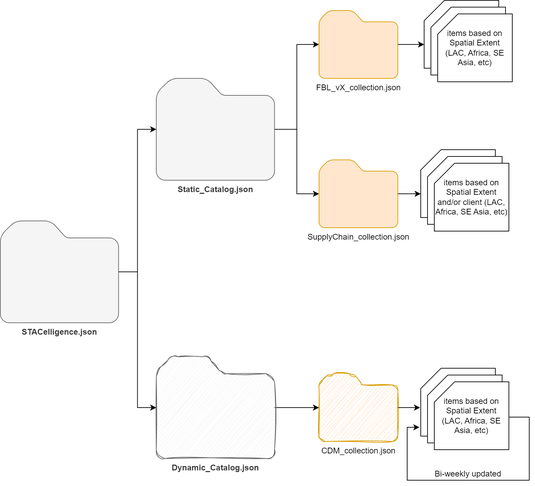
This is _site/img/STAC_Satelligence_structure.png from mdominguezd/s11_cats_report.github.io, a draw.io export, as it was before one commit. Source tidied: cells renumbered, new cells last; positions are measured from the earlier drawing's top-left corner, leaving out a move shared by most shapes. The source it was exported from:
```xml
<mxGraphModel>
  <root>
    <mxCell id="0" />
    <mxCell id="1" parent="0" />
    <mxCell id="2" value="STACelligence.json" style="sketch=0;shadow=0;dashed=0;html=1;strokeColor=#666666;labelPosition=center;verticalLabelPosition=bottom;verticalAlign=top;align=center;fillColor=#f5f5f5;shape=mxgraph.mscae.enterprise.folder;fontColor=#333333;fontStyle=1;" parent="1" vertex="1">
      <mxGeometry y="325" width="174.4" height="150" as="geometry" />
    </mxCell>
    <mxCell id="3" value="FBL_vX_collection.json" style="sketch=0;shadow=0;dashed=0;html=1;strokeColor=#d79b00;labelPosition=center;verticalLabelPosition=bottom;verticalAlign=top;align=center;fillColor=#ffe6cc;shape=mxgraph.mscae.enterprise.folder;fontStyle=0;" parent="1" vertex="1">
      <mxGeometry x="470" y="15" width="116.3" height="100" as="geometry" />
    </mxCell>
    <mxCell id="4" value="CDM_collection.json" style="shadow=0;dashed=0;html=1;strokeColor=#d79b00;labelPosition=center;verticalLabelPosition=bottom;verticalAlign=top;align=center;fillColor=#ffe6cc;shape=mxgraph.mscae.enterprise.folder;fontStyle=0;sketch=1;curveFitting=1;jiggle=2;" parent="1" vertex="1">
      <mxGeometry x="470" y="550" width="116.3" height="100" as="geometry" />
    </mxCell>
    <mxCell id="5" value="SupplyChain_collection.json" style="shadow=0;dashed=0;html=1;strokeColor=#d79b00;labelPosition=center;verticalLabelPosition=bottom;verticalAlign=top;align=center;fillColor=#ffe6cc;shape=mxgraph.mscae.enterprise.folder;fontStyle=0;" parent="1" vertex="1">
      <mxGeometry x="470" y="235" width="116.3" height="100" as="geometry" />
    </mxCell>
    <mxCell id="6" style="edgeStyle=orthogonalEdgeStyle;rounded=0;jettySize=auto;html=1;" parent="1" edge="1" source="8" target="3">
      <mxGeometry relative="1" as="geometry" />
    </mxCell>
    <mxCell id="7" style="edgeStyle=orthogonalEdgeStyle;rounded=0;jettySize=auto;html=1;" parent="1" edge="1" source="8" target="5">
      <mxGeometry relative="1" as="geometry" />
    </mxCell>
    <mxCell id="8" value="Static_Catalog.json" style="sketch=0;shadow=0;dashed=0;html=1;strokeColor=#666666;labelPosition=center;verticalLabelPosition=bottom;verticalAlign=top;align=center;fillColor=#f5f5f5;shape=mxgraph.mscae.enterprise.folder;fontColor=#333333;fontStyle=1;" parent="1" vertex="1">
      <mxGeometry x="230" y="115" width="174.4" height="150" as="geometry" />
    </mxCell>
    <mxCell id="9" style="edgeStyle=orthogonalEdgeStyle;rounded=0;jettySize=auto;html=1;" parent="1" edge="1" source="10" target="4">
      <mxGeometry relative="1" as="geometry" />
    </mxCell>
    <mxCell id="10" value="Dynamic_Catalog.json" style="sketch=1;shadow=0;dashed=0;html=1;strokeColor=#666666;labelPosition=center;verticalLabelPosition=bottom;verticalAlign=top;align=center;fillColor=#f5f5f5;shape=mxgraph.mscae.enterprise.folder;fontColor=#333333;fontStyle=1;curveFitting=1;jiggle=2;" parent="1" vertex="1">
      <mxGeometry x="230" y="525" width="174.4" height="150" as="geometry" />
    </mxCell>
    <mxCell id="11" style="edgeStyle=orthogonalEdgeStyle;rounded=0;jettySize=auto;html=1;entryX=0;entryY=0.5;entryDx=0;entryDy=0;entryPerimeter=0;" parent="1" edge="1" source="2" target="10">
      <mxGeometry relative="1" as="geometry" />
    </mxCell>
    <mxCell id="12" style="edgeStyle=orthogonalEdgeStyle;rounded=0;jettySize=auto;html=1;entryX=0;entryY=0.5;entryDx=0;entryDy=0;entryPerimeter=0;" parent="1" edge="1" source="2" target="8">
      <mxGeometry relative="1" as="geometry" />
    </mxCell>
    <mxCell id="13" style="group;" parent="1" vertex="1">
      <mxGeometry x="625" width="130" height="120" as="geometry" />
    </mxCell>
    <mxCell id="14" style="shape=card;whiteSpace=wrap;html=1;" parent="13" vertex="1">
      <mxGeometry width="110" height="100" as="geometry" />
    </mxCell>
    <mxCell id="15" style="shape=card;whiteSpace=wrap;html=1;" parent="13" vertex="1">
      <mxGeometry x="10" y="10" width="110" height="100" as="geometry" />
    </mxCell>
    <mxCell id="16" value="items based on Spatial Extent (LAC, Africa, SE Asia, etc)" style="shape=card;whiteSpace=wrap;html=1;" parent="13" vertex="1">
      <mxGeometry x="20" y="20" width="110" height="100" as="geometry" />
    </mxCell>
    <mxCell id="17" style="edgeStyle=orthogonalEdgeStyle;rounded=0;jettySize=auto;html=1;entryX=0;entryY=0;entryDx=0;entryDy=65;entryPerimeter=0;" parent="1" edge="1" source="3" target="14">
      <mxGeometry relative="1" as="geometry" />
    </mxCell>
    <mxCell id="18" style="group;" parent="1" vertex="1">
      <mxGeometry x="620" y="220" width="130" height="120" as="geometry" />
    </mxCell>
    <mxCell id="19" style="shape=card;whiteSpace=wrap;html=1;" parent="18" vertex="1">
      <mxGeometry width="110" height="100" as="geometry" />
    </mxCell>
    <mxCell id="20" style="shape=card;whiteSpace=wrap;html=1;" parent="18" vertex="1">
      <mxGeometry x="10" y="10" width="110" height="100" as="geometry" />
    </mxCell>
    <mxCell id="21" value="items based on Spatial Extent and/or client (LAC, Africa, SE Asia, etc)" style="shape=card;whiteSpace=wrap;html=1;" parent="18" vertex="1">
      <mxGeometry x="20" y="20" width="110" height="100" as="geometry" />
    </mxCell>
    <mxCell id="22" style="edgeStyle=orthogonalEdgeStyle;rounded=0;jettySize=auto;html=1;entryX=0;entryY=0;entryDx=0;entryDy=65;entryPerimeter=0;" parent="1" edge="1" source="5" target="19">
      <mxGeometry relative="1" as="geometry" />
    </mxCell>
    <mxCell id="23" style="group;" parent="1" vertex="1">
      <mxGeometry x="620" y="542" width="130" height="120" as="geometry" />
    </mxCell>
    <mxCell id="24" style="shape=card;whiteSpace=wrap;html=1;" parent="23" vertex="1">
      <mxGeometry width="110" height="100" as="geometry" />
    </mxCell>
    <mxCell id="25" style="shape=card;whiteSpace=wrap;html=1;" parent="23" vertex="1">
      <mxGeometry x="10" y="10" width="110" height="100" as="geometry" />
    </mxCell>
    <mxCell id="26" value="items based on Spatial Extent (LAC, Africa, SE Asia, etc)" style="shape=card;whiteSpace=wrap;html=1;" parent="23" vertex="1">
      <mxGeometry x="20" y="20" width="110" height="100" as="geometry" />
    </mxCell>
    <mxCell id="27" style="edgeStyle=orthogonalEdgeStyle;rounded=0;orthogonalLoop=1;jettySize=auto;html=1;entryX=-0.018;entryY=0.85;entryDx=0;entryDy=0;entryPerimeter=0;" parent="23" edge="1">
      <mxGeometry relative="1" as="geometry">
        <mxPoint x="130" y="72" as="sourcePoint" />
        <mxPoint x="-2" y="87" as="targetPoint" />
        <Array as="points">
          <mxPoint x="160" y="72" />
          <mxPoint x="160" y="165" />
          <mxPoint x="-20" y="165" />
          <mxPoint x="-20" y="87" />
        </Array>
      </mxGeometry>
    </mxCell>
    <mxCell id="28" style="edgeStyle=orthogonalEdgeStyle;rounded=0;jettySize=auto;html=1;entryX=-0.009;entryY=0.58;entryDx=0;entryDy=0;entryPerimeter=0;" parent="1" edge="1" source="4" target="24">
      <mxGeometry relative="1" as="geometry" />
    </mxCell>
    <mxCell id="29" value="Bi-weekly updated" style="text;html=1;align=center;verticalAlign=middle;whiteSpace=wrap;rounded=0;" parent="1" vertex="1">
      <mxGeometry x="620" y="683" width="140" height="30" as="geometry" />
    </mxCell>
  </root>
</mxGraphModel>
```
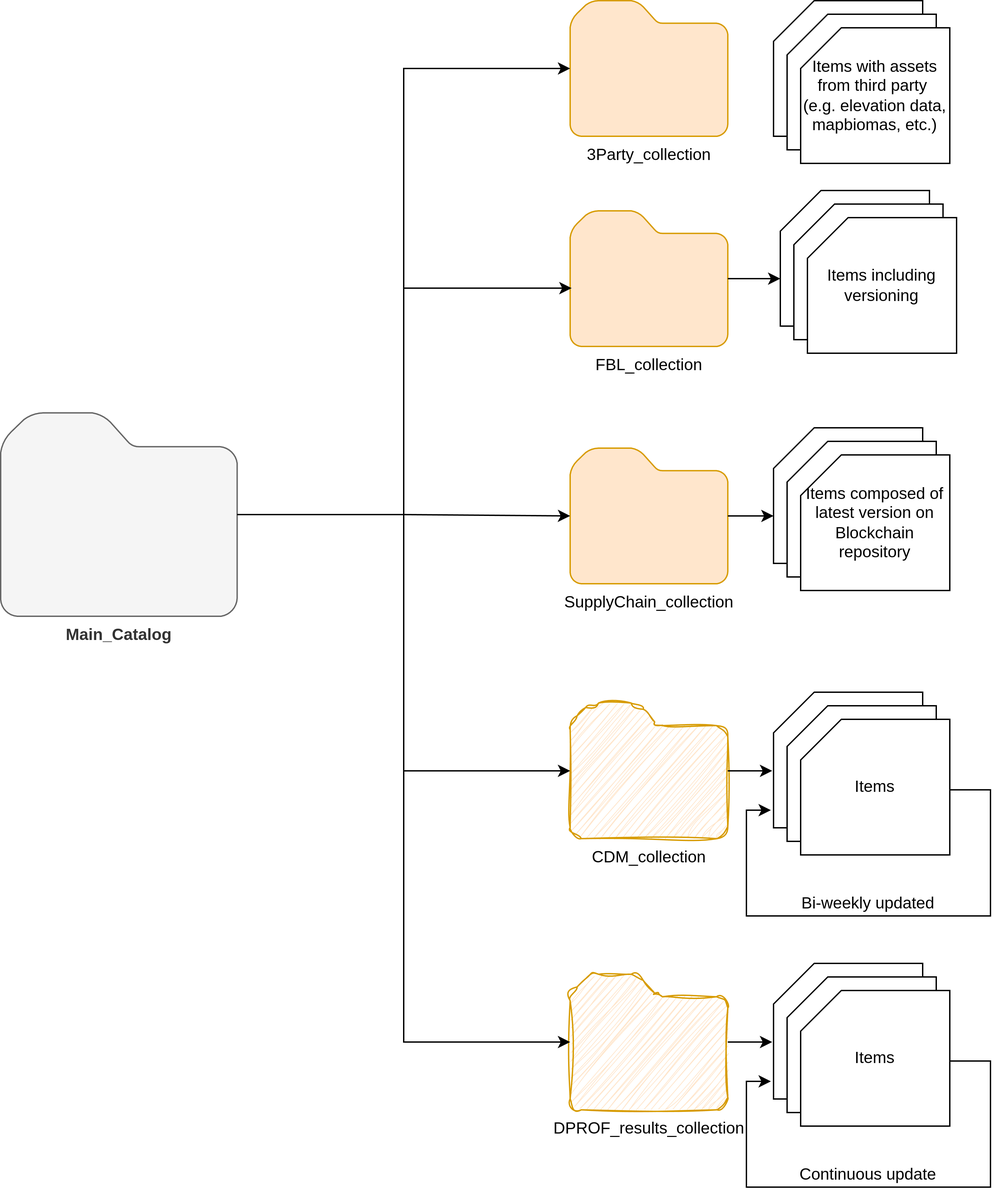
After the commit.

Diff of the diagram source:
```diff
@@ -2,41 +2,23 @@
   <root>
     <mxCell id="0" />
     <mxCell id="1" parent="0" />
-    <mxCell id="2" value="STACelligence.json" style="sketch=0;shadow=0;dashed=0;html=1;strokeColor=#666666;labelPosition=center;verticalLabelPosition=bottom;verticalAlign=top;align=center;fillColor=#f5f5f5;shape=mxgraph.mscae.enterprise.folder;fontColor=#333333;fontStyle=1;" parent="1" vertex="1">
-      <mxGeometry y="325" width="174.4" height="150" as="geometry" />
-    </mxCell>
-    <mxCell id="3" value="FBL_vX_collection.json" style="sketch=0;shadow=0;dashed=0;html=1;strokeColor=#d79b00;labelPosition=center;verticalLabelPosition=bottom;verticalAlign=top;align=center;fillColor=#ffe6cc;shape=mxgraph.mscae.enterprise.folder;fontStyle=0;" parent="1" vertex="1">
-      <mxGeometry x="470" y="15" width="116.3" height="100" as="geometry" />
+    <mxCell id="3" value="FBL_collection" style="sketch=0;shadow=0;dashed=0;html=1;strokeColor=#d79b00;labelPosition=center;verticalLabelPosition=bottom;verticalAlign=top;align=center;fillColor=#ffe6cc;shape=mxgraph.mscae.enterprise.folder;fontStyle=0;" parent="1" vertex="1">
+      <mxGeometry x="440" y="56" width="116.3" height="100" as="geometry" />
     </mxCell>
-    <mxCell id="4" value="CDM_collection.json" style="shadow=0;dashed=0;html=1;strokeColor=#d79b00;labelPosition=center;verticalLabelPosition=bottom;verticalAlign=top;align=center;fillColor=#ffe6cc;shape=mxgraph.mscae.enterprise.folder;fontStyle=0;sketch=1;curveFitting=1;jiggle=2;" parent="1" vertex="1">
-      <mxGeometry x="470" y="550" width="116.3" height="100" as="geometry" />
+    <mxCell id="4" value="CDM_collection" style="shadow=0;dashed=0;html=1;strokeColor=#d79b00;labelPosition=center;verticalLabelPosition=bottom;verticalAlign=top;align=center;fillColor=#ffe6cc;shape=mxgraph.mscae.enterprise.folder;fontStyle=0;sketch=1;curveFitting=1;jiggle=2;" parent="1" vertex="1">
+      <mxGeometry x="440" y="419" width="116.3" height="100" as="geometry" />
     </mxCell>
-    <mxCell id="5" value="SupplyChain_collection.json" style="shadow=0;dashed=0;html=1;strokeColor=#d79b00;labelPosition=center;verticalLabelPosition=bottom;verticalAlign=top;align=center;fillColor=#ffe6cc;shape=mxgraph.mscae.enterprise.folder;fontStyle=0;" parent="1" vertex="1">
-      <mxGeometry x="470" y="235" width="116.3" height="100" as="geometry" />
+    <mxCell id="5" value="SupplyChain_collection" style="shadow=0;dashed=0;html=1;strokeColor=#d79b00;labelPosition=center;verticalLabelPosition=bottom;verticalAlign=top;align=center;fillColor=#ffe6cc;shape=mxgraph.mscae.enterprise.folder;fontStyle=0;" parent="1" vertex="1">
+      <mxGeometry x="440" y="231" width="116.3" height="100" as="geometry" />
     </mxCell>
-    <mxCell id="6" style="edgeStyle=orthogonalEdgeStyle;rounded=0;jettySize=auto;html=1;" parent="1" edge="1" source="8" target="3">
-      <mxGeometry relative="1" as="geometry" />
-    </mxCell>
     <mxCell id="7" style="edgeStyle=orthogonalEdgeStyle;rounded=0;jettySize=auto;html=1;" parent="1" edge="1" source="8" target="5">
       <mxGeometry relative="1" as="geometry" />
     </mxCell>
-    <mxCell id="8" value="Static_Catalog.json" style="sketch=0;shadow=0;dashed=0;html=1;strokeColor=#666666;labelPosition=center;verticalLabelPosition=bottom;verticalAlign=top;align=center;fillColor=#f5f5f5;shape=mxgraph.mscae.enterprise.folder;fontColor=#333333;fontStyle=1;" parent="1" vertex="1">
-      <mxGeometry x="230" y="115" width="174.4" height="150" as="geometry" />
+    <mxCell id="8" value="Main_Catalog" style="sketch=0;shadow=0;dashed=0;html=1;strokeColor=#666666;labelPosition=center;verticalLabelPosition=bottom;verticalAlign=top;align=center;fillColor=#f5f5f5;shape=mxgraph.mscae.enterprise.folder;fontColor=#333333;fontStyle=1;" parent="1" vertex="1">
+      <mxGeometry x="20" y="205" width="174.4" height="150" as="geometry" />
     </mxCell>
-    <mxCell id="9" style="edgeStyle=orthogonalEdgeStyle;rounded=0;jettySize=auto;html=1;" parent="1" edge="1" source="10" target="4">
-      <mxGeometry relative="1" as="geometry" />
-    </mxCell>
-    <mxCell id="10" value="Dynamic_Catalog.json" style="sketch=1;shadow=0;dashed=0;html=1;strokeColor=#666666;labelPosition=center;verticalLabelPosition=bottom;verticalAlign=top;align=center;fillColor=#f5f5f5;shape=mxgraph.mscae.enterprise.folder;fontColor=#333333;fontStyle=1;curveFitting=1;jiggle=2;" parent="1" vertex="1">
-      <mxGeometry x="230" y="525" width="174.4" height="150" as="geometry" />
-    </mxCell>
-    <mxCell id="11" style="edgeStyle=orthogonalEdgeStyle;rounded=0;jettySize=auto;html=1;entryX=0;entryY=0.5;entryDx=0;entryDy=0;entryPerimeter=0;" parent="1" edge="1" source="2" target="10">
-      <mxGeometry relative="1" as="geometry" />
-    </mxCell>
-    <mxCell id="12" style="edgeStyle=orthogonalEdgeStyle;rounded=0;jettySize=auto;html=1;entryX=0;entryY=0.5;entryDx=0;entryDy=0;entryPerimeter=0;" parent="1" edge="1" source="2" target="8">
-      <mxGeometry relative="1" as="geometry" />
-    </mxCell>
     <mxCell id="13" style="group;" parent="1" vertex="1">
-      <mxGeometry x="625" width="130" height="120" as="geometry" />
+      <mxGeometry x="595" y="41" width="130" height="120" as="geometry" />
     </mxCell>
     <mxCell id="14" style="shape=card;whiteSpace=wrap;html=1;" parent="13" vertex="1">
       <mxGeometry width="110" height="100" as="geometry" />
@@ -44,14 +26,14 @@
     <mxCell id="15" style="shape=card;whiteSpace=wrap;html=1;" parent="13" vertex="1">
       <mxGeometry x="10" y="10" width="110" height="100" as="geometry" />
     </mxCell>
-    <mxCell id="16" value="items based on Spatial Extent (LAC, Africa, SE Asia, etc)" style="shape=card;whiteSpace=wrap;html=1;" parent="13" vertex="1">
+    <mxCell id="16" value="Items including versioning" style="shape=card;whiteSpace=wrap;html=1;" parent="13" vertex="1">
       <mxGeometry x="20" y="20" width="110" height="100" as="geometry" />
     </mxCell>
     <mxCell id="17" style="edgeStyle=orthogonalEdgeStyle;rounded=0;jettySize=auto;html=1;entryX=0;entryY=0;entryDx=0;entryDy=65;entryPerimeter=0;" parent="1" edge="1" source="3" target="14">
       <mxGeometry relative="1" as="geometry" />
     </mxCell>
     <mxCell id="18" style="group;" parent="1" vertex="1">
-      <mxGeometry x="620" y="220" width="130" height="120" as="geometry" />
+      <mxGeometry x="590" y="216" width="130" height="120" as="geometry" />
     </mxCell>
     <mxCell id="19" style="shape=card;whiteSpace=wrap;html=1;" parent="18" vertex="1">
       <mxGeometry width="110" height="100" as="geometry" />
@@ -59,14 +41,14 @@
     <mxCell id="20" style="shape=card;whiteSpace=wrap;html=1;" parent="18" vertex="1">
       <mxGeometry x="10" y="10" width="110" height="100" as="geometry" />
     </mxCell>
-    <mxCell id="21" value="items based on Spatial Extent and/or client (LAC, Africa, SE Asia, etc)" style="shape=card;whiteSpace=wrap;html=1;" parent="18" vertex="1">
+    <mxCell id="21" value="Items composed of latest version on Blockchain repository" style="shape=card;whiteSpace=wrap;html=1;" parent="18" vertex="1">
       <mxGeometry x="20" y="20" width="110" height="100" as="geometry" />
     </mxCell>
     <mxCell id="22" style="edgeStyle=orthogonalEdgeStyle;rounded=0;jettySize=auto;html=1;entryX=0;entryY=0;entryDx=0;entryDy=65;entryPerimeter=0;" parent="1" edge="1" source="5" target="19">
       <mxGeometry relative="1" as="geometry" />
     </mxCell>
     <mxCell id="23" style="group;" parent="1" vertex="1">
-      <mxGeometry x="620" y="542" width="130" height="120" as="geometry" />
+      <mxGeometry x="590" y="411" width="130" height="120" as="geometry" />
     </mxCell>
     <mxCell id="24" style="shape=card;whiteSpace=wrap;html=1;" parent="23" vertex="1">
       <mxGeometry width="110" height="100" as="geometry" />
@@ -74,7 +56,7 @@
     <mxCell id="25" style="shape=card;whiteSpace=wrap;html=1;" parent="23" vertex="1">
       <mxGeometry x="10" y="10" width="110" height="100" as="geometry" />
     </mxCell>
-    <mxCell id="26" value="items based on Spatial Extent (LAC, Africa, SE Asia, etc)" style="shape=card;whiteSpace=wrap;html=1;" parent="23" vertex="1">
+    <mxCell id="26" value="Items" style="shape=card;whiteSpace=wrap;html=1;" parent="23" vertex="1">
       <mxGeometry x="20" y="20" width="110" height="100" as="geometry" />
     </mxCell>
     <mxCell id="27" style="edgeStyle=orthogonalEdgeStyle;rounded=0;orthogonalLoop=1;jettySize=auto;html=1;entryX=-0.018;entryY=0.85;entryDx=0;entryDy=0;entryPerimeter=0;" parent="23" edge="1">
@@ -93,7 +75,67 @@
       <mxGeometry relative="1" as="geometry" />
     </mxCell>
     <mxCell id="29" value="Bi-weekly updated" style="text;html=1;align=center;verticalAlign=middle;whiteSpace=wrap;rounded=0;" parent="1" vertex="1">
-      <mxGeometry x="620" y="683" width="140" height="30" as="geometry" />
+      <mxGeometry x="590" y="552" width="140" height="30" as="geometry" />
     </mxCell>
+    <mxCell id="30" style="edgeStyle=orthogonalEdgeStyle;rounded=0;jettySize=auto;html=1;entryX=0;entryY=0.5;entryDx=0;entryDy=0;entryPerimeter=0;" parent="1" edge="1" source="8" target="4">
+      <mxGeometry relative="1" as="geometry" />
+    </mxCell>
+    <mxCell id="31" value="DPROF_results_collection" style="shadow=0;dashed=0;html=1;strokeColor=#d79b00;labelPosition=center;verticalLabelPosition=bottom;verticalAlign=top;align=center;fillColor=#ffe6cc;shape=mxgraph.mscae.enterprise.folder;fontStyle=0;sketch=1;curveFitting=1;jiggle=2;" parent="1" vertex="1">
+      <mxGeometry x="440" y="619" width="116.3" height="100" as="geometry" />
+    </mxCell>
+    <mxCell id="32" style="group;" parent="1" vertex="1">
+      <mxGeometry x="590" y="611" width="130" height="120" as="geometry" />
+    </mxCell>
+    <mxCell id="33" style="shape=card;whiteSpace=wrap;html=1;" parent="32" vertex="1">
+      <mxGeometry width="110" height="100" as="geometry" />
+    </mxCell>
+    <mxCell id="34" style="shape=card;whiteSpace=wrap;html=1;" parent="32" vertex="1">
+      <mxGeometry x="10" y="10" width="110" height="100" as="geometry" />
+    </mxCell>
+    <mxCell id="35" value="Items" style="shape=card;whiteSpace=wrap;html=1;" parent="32" vertex="1">
+      <mxGeometry x="20" y="20" width="110" height="100" as="geometry" />
+    </mxCell>
+    <mxCell id="36" style="edgeStyle=orthogonalEdgeStyle;rounded=0;orthogonalLoop=1;jettySize=auto;html=1;entryX=-0.018;entryY=0.85;entryDx=0;entryDy=0;entryPerimeter=0;" parent="32" edge="1">
+      <mxGeometry relative="1" as="geometry">
+        <mxPoint x="130" y="72" as="sourcePoint" />
+        <mxPoint x="-2" y="87" as="targetPoint" />
+        <Array as="points">
+          <mxPoint x="160" y="72" />
+          <mxPoint x="160" y="165" />
+          <mxPoint x="-20" y="165" />
+          <mxPoint x="-20" y="87" />
+        </Array>
+      </mxGeometry>
+    </mxCell>
+    <mxCell id="37" style="edgeStyle=orthogonalEdgeStyle;rounded=0;jettySize=auto;html=1;entryX=-0.009;entryY=0.58;entryDx=0;entryDy=0;entryPerimeter=0;" parent="1" edge="1" source="31" target="33">
+      <mxGeometry relative="1" as="geometry" />
+    </mxCell>
+    <mxCell id="38" value="Continuous update" style="text;html=1;align=center;verticalAlign=middle;whiteSpace=wrap;rounded=0;" parent="1" vertex="1">
+      <mxGeometry x="590" y="752" width="140" height="30" as="geometry" />
+    </mxCell>
+    <mxCell id="39" style="edgeStyle=orthogonalEdgeStyle;rounded=0;jettySize=auto;html=1;entryX=0;entryY=0.5;entryDx=0;entryDy=0;entryPerimeter=0;" parent="1" edge="1" source="8" target="31">
+      <mxGeometry relative="1" as="geometry" />
+    </mxCell>
+    <mxCell id="6" style="edgeStyle=orthogonalEdgeStyle;rounded=0;jettySize=auto;html=1;entryX=0.009;entryY=0.57;entryDx=0;entryDy=0;entryPerimeter=0;" parent="1" edge="1" source="8" target="3">
+      <mxGeometry relative="1" as="geometry" />
+    </mxCell>
+    <mxCell id="40" value="3Party_collection" style="sketch=0;shadow=0;dashed=0;html=1;strokeColor=#d79b00;labelPosition=center;verticalLabelPosition=bottom;verticalAlign=top;align=center;fillColor=#ffe6cc;shape=mxgraph.mscae.enterprise.folder;fontStyle=0;" parent="1" vertex="1">
+      <mxGeometry x="440" y="-99" width="116.3" height="100" as="geometry" />
+    </mxCell>
+    <mxCell id="41" style="edgeStyle=orthogonalEdgeStyle;rounded=0;jettySize=auto;html=1;entryX=0;entryY=0.5;entryDx=0;entryDy=0;entryPerimeter=0;" parent="1" edge="1" source="8" target="40">
+      <mxGeometry relative="1" as="geometry" />
+    </mxCell>
+    <mxCell id="42" style="group;" parent="1" vertex="1">
+      <mxGeometry x="590" y="-99" width="130" height="120" as="geometry" />
+    </mxCell>
+    <mxCell id="43" style="shape=card;whiteSpace=wrap;html=1;" parent="42" vertex="1">
+      <mxGeometry width="110" height="100" as="geometry" />
+    </mxCell>
+    <mxCell id="44" style="shape=card;whiteSpace=wrap;html=1;" parent="42" vertex="1">
+      <mxGeometry x="10" y="10" width="110" height="100" as="geometry" />
+    </mxCell>
+    <mxCell id="45" value="Items with assets from third party&amp;nbsp;&lt;div&gt;(e.g. elevation data, mapbiomas, etc.)&lt;/div&gt;" style="shape=card;whiteSpace=wrap;html=1;" parent="42" vertex="1">
+      <mxGeometry x="20" y="20" width="110" height="100" as="geometry" />
+    </mxCell>
   </root>
 </mxGraphModel>
```
